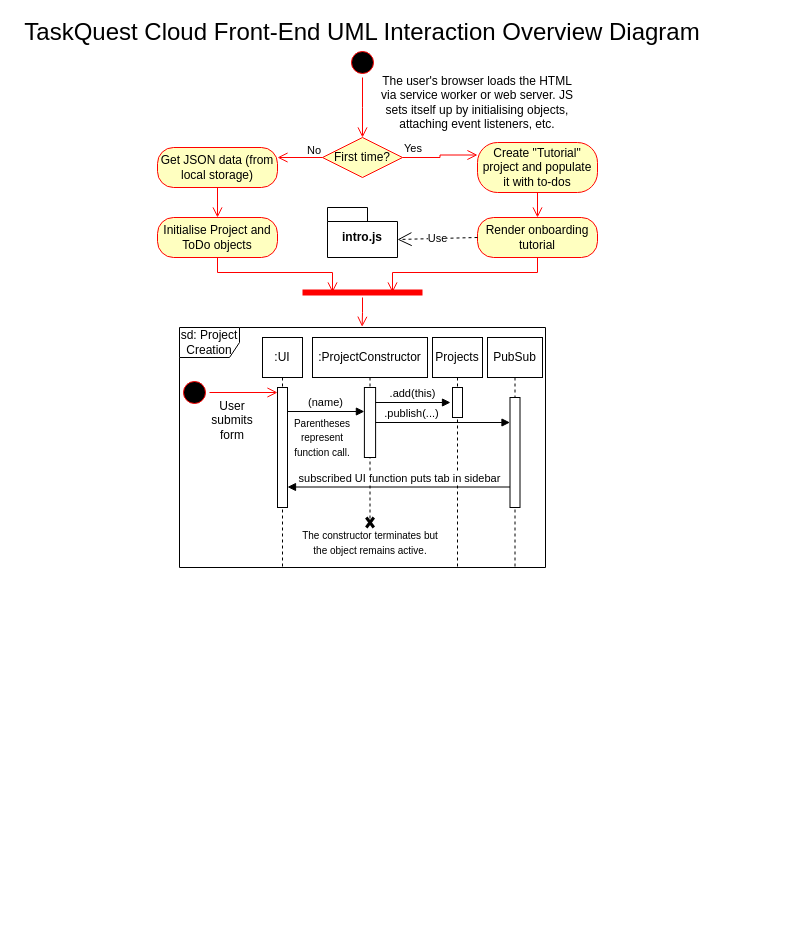
Above: TaskQuest-Cloud-UML-Interaction-Overview-Diagram.drawio in Ariel-Mutebi/Denarius (draw.io), before the change. Source tidied: cells renumbered, new cells numbered last; positions are measured from the earlier drawing's top-left corner, leaving out a move shared by most shapes. Both pictures are drawn from the tidied source at 100%, with x=0, y=0 at pixel (17, 17).
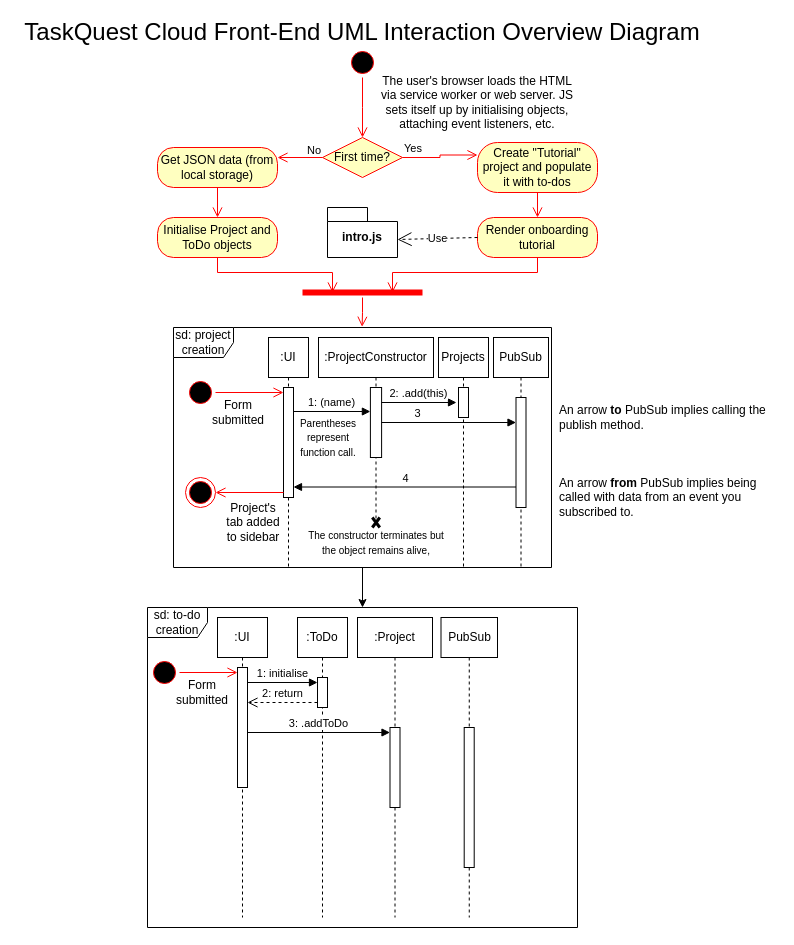
The same diagram, later.

The change refers to these unchanged cells:
```xml
<mxCell id="26" style="html=1;points=[[0,0,0,0,5],[0,1,0,0,-5],[1,0,0,0,5],[1,1,0,0,-5]];perimeter=orthogonalPerimeter;outlineConnect=0;targetShapes=umlLifeline;portConstraint=eastwest;newEdgeStyle={&quot;curved&quot;:0,&quot;rounded&quot;:0};" parent="25" vertex="1">
  <mxGeometry x="51.9" y="50" width="11.2" height="70" as="geometry" />
</mxCell>
<mxCell id="32" style="html=1;points=[[0,0,0,0,5],[0,1,0,0,-5],[1,0,0,0,5],[1,1,0,0,-5]];perimeter=orthogonalPerimeter;outlineConnect=0;targetShapes=umlLifeline;portConstraint=eastwest;newEdgeStyle={&quot;curved&quot;:0,&quot;rounded&quot;:0};" parent="31" vertex="1">
  <mxGeometry x="20" y="50" width="10" height="30" as="geometry" />
</mxCell>
<mxCell id="35" style="html=1;points=[[0,0,0,0,5],[0,1,0,0,-5],[1,0,0,0,5],[1,1,0,0,-5]];perimeter=orthogonalPerimeter;outlineConnect=0;targetShapes=umlLifeline;portConstraint=eastwest;newEdgeStyle={&quot;curved&quot;:0,&quot;rounded&quot;:0};" parent="34" vertex="1">
  <mxGeometry x="22.5" y="60" width="10" height="110" as="geometry" />
</mxCell>
```

The edit, as a diff of the source:
```diff
@@
+    <mxCell id="40" style="edgeStyle=orthogonalEdgeStyle;rounded=0;jettySize=auto;html=1;" parent="1" edge="1" source="21" target="41">
+      <mxGeometry relative="1" as="geometry" />
+    </mxCell>
-    <mxCell id="21" value="sd: Project Creation" style="shape=umlFrame;whiteSpace=wrap;html=1;" parent="1" vertex="1">
-      <mxGeometry x="162" y="310" width="366" height="240" as="geometry" />
+    <mxCell id="21" value="sd: project creation" style="shape=umlFrame;whiteSpace=wrap;html=1;" parent="1" vertex="1">
+      <mxGeometry x="156" y="310" width="378" height="240" as="geometry" />
     </mxCell>
     <mxCell id="22" value=":UI" style="shape=umlLifeline;perimeter=lifelinePerimeter;whiteSpace=wrap;html=1;newEdgeStyle={&quot;curved&quot;:0,&quot;rounded&quot;:0};" parent="1" vertex="1">
-      <mxGeometry x="245" y="320" width="40" height="230" as="geometry" />
+      <mxGeometry x="251" y="320" width="40" height="230" as="geometry" />
     </mxCell>
     <mxCell id="23" style="html=1;points=[[0,0,0,0,5],[0,1,0,0,-5],[1,0,0,0,5],[1,1,0,0,-5]];perimeter=orthogonalPerimeter;outlineConnect=0;targetShapes=umlLifeline;portConstraint=eastwest;newEdgeStyle={&quot;curved&quot;:0,&quot;rounded&quot;:0};" parent="22" vertex="1">
-      <mxGeometry x="15" y="50" width="10" height="120" as="geometry" />
+      <mxGeometry x="15" y="50" width="10" height="110" as="geometry" />
     </mxCell>
-    <mxCell id="24" value="(name)" style="html=1;verticalAlign=bottom;endArrow=block;curved=0;rounded=0;" parent="1" edge="1">
+    <mxCell id="24" value="1: (name)" style="html=1;verticalAlign=bottom;endArrow=block;curved=0;rounded=0;" parent="1" edge="1">
       <mxGeometry relative="1" as="geometry">
-        <mxPoint x="270" y="394" as="sourcePoint" />
-        <mxPoint x="346.9" y="394" as="targetPoint" />
+        <mxPoint x="276" y="394" as="sourcePoint" />
+        <mxPoint x="352.9" y="394" as="targetPoint" />
       </mxGeometry>
     </mxCell>
     <mxCell id="25" value=":ProjectConstructor" style="shape=umlLifeline;perimeter=lifelinePerimeter;whiteSpace=wrap;html=1;newEdgeStyle={&quot;curved&quot;:0,&quot;rounded&quot;:0};" parent="1" vertex="1">
-      <mxGeometry x="295" y="320" width="115" height="190" as="geometry" />
+      <mxGeometry x="301" y="320" width="115" height="190" as="geometry" />
     </mxCell>
@@
     <mxCell id="28" style="ellipse;html=1;shape=startState;fillColor=#000000;strokeColor=#ff0000;" parent="1" vertex="1">
-      <mxGeometry x="162" y="360" width="30" height="30" as="geometry" />
+      <mxGeometry x="168" y="360" width="30" height="30" as="geometry" />
     </mxCell>
@@
-    <mxCell id="30" value="User submits form" style="text;html=1;align=center;verticalAlign=middle;whiteSpace=wrap;rounded=0;" parent="1" vertex="1">
-      <mxGeometry x="185" y="380" width="60" height="45" as="geometry" />
+    <mxCell id="30" value="Form submitted" style="text;html=1;align=center;verticalAlign=middle;whiteSpace=wrap;rounded=0;" parent="1" vertex="1">
+      <mxGeometry x="191" y="380" width="60" height="30" as="geometry" />
     </mxCell>
     <mxCell id="31" value="Projects" style="shape=umlLifeline;perimeter=lifelinePerimeter;whiteSpace=wrap;html=1;newEdgeStyle={&quot;curved&quot;:0,&quot;rounded&quot;:0};" parent="1" vertex="1">
-      <mxGeometry x="415" y="320" width="50" height="230" as="geometry" />
+      <mxGeometry x="421" y="320" width="50" height="230" as="geometry" />
     </mxCell>
@@
-    <mxCell id="33" value=".add(this)" style="html=1;verticalAlign=bottom;endArrow=block;curved=0;rounded=0;entryX=-0.2;entryY=0.5;entryDx=0;entryDy=0;entryPerimeter=0;" parent="1" edge="1" source="26" target="32">
+    <mxCell id="33" value="2: .add(this)" style="html=1;verticalAlign=bottom;endArrow=block;curved=0;rounded=0;entryX=-0.2;entryY=0.5;entryDx=0;entryDy=0;entryPerimeter=0;" parent="1" edge="1" source="26" target="32">
       <mxGeometry relative="1" as="geometry" />
     </mxCell>
     <mxCell id="34" value="PubSub" style="shape=umlLifeline;perimeter=lifelinePerimeter;whiteSpace=wrap;html=1;newEdgeStyle={&quot;curved&quot;:0,&quot;rounded&quot;:0};" parent="1" vertex="1">
-      <mxGeometry x="470" y="320" width="55" height="230" as="geometry" />
+      <mxGeometry x="476" y="320" width="55" height="230" as="geometry" />
     </mxCell>
@@
-    <mxCell id="36" value=".publish(...)" style="html=1;verticalAlign=bottom;endArrow=block;curved=0;rounded=0;" parent="1" edge="1" source="26" target="35">
+    <mxCell id="36" value="3" style="html=1;verticalAlign=bottom;endArrow=block;curved=0;rounded=0;" parent="1" edge="1" source="26" target="35">
       <mxGeometry x="-0.46" relative="1" as="geometry" />
     </mxCell>
     <mxCell id="37" value="&lt;font style=&quot;font-size: 10px;&quot;&gt;Parentheses represent function call.&lt;/font&gt;" style="text;html=1;align=center;verticalAlign=middle;whiteSpace=wrap;rounded=0;" parent="1" vertex="1">
-      <mxGeometry x="275" y="400" width="60" height="40" as="geometry" />
+      <mxGeometry x="281" y="400" width="60" height="40" as="geometry" />
     </mxCell>
-    <mxCell id="38" value="subscribed UI function puts tab in sidebar" style="html=1;verticalAlign=bottom;endArrow=block;curved=0;rounded=0;" parent="1" edge="1" source="35">
+    <mxCell id="38" value="4" style="html=1;verticalAlign=bottom;endArrow=block;curved=0;rounded=0;" parent="1" edge="1" source="35">
       <mxGeometry relative="1" as="geometry">
-        <mxPoint x="270" y="469.5" as="targetPoint" />
+        <mxPoint x="276" y="469.5" as="targetPoint" />
       </mxGeometry>
     </mxCell>
-    <mxCell id="39" value="&lt;font style=&quot;font-size: 10px;&quot;&gt;The constructor terminates but the object remains active.&lt;/font&gt;" style="text;html=1;align=center;verticalAlign=middle;whiteSpace=wrap;rounded=0;" parent="1" vertex="1">
-      <mxGeometry x="282.5" y="510" width="140" height="30" as="geometry" />
+    <mxCell id="39" value="&lt;font style=&quot;font-size: 10px;&quot;&gt;The constructor terminates but the object remains alive,&lt;/font&gt;" style="text;html=1;align=center;verticalAlign=middle;whiteSpace=wrap;rounded=0;" parent="1" vertex="1">
+      <mxGeometry x="288.5" y="510" width="140" height="30" as="geometry" />
     </mxCell>
+    <mxCell id="41" value="sd: to-do creation" style="shape=umlFrame;whiteSpace=wrap;html=1;" parent="1" vertex="1">
+      <mxGeometry x="130" y="590" width="430" height="320" as="geometry" />
+    </mxCell>
+    <mxCell id="42" style="ellipse;html=1;shape=startState;fillColor=#000000;strokeColor=#ff0000;" parent="1" vertex="1">
+      <mxGeometry x="132" y="640" width="30" height="30" as="geometry" />
+    </mxCell>
+    <mxCell id="43" style="edgeStyle=orthogonalEdgeStyle;html=1;verticalAlign=bottom;endArrow=open;endSize=8;strokeColor=#ff0000;rounded=0;entryX=0;entryY=0;entryDx=0;entryDy=5;entryPerimeter=0;" parent="1" edge="1" source="42" target="45">
+      <mxGeometry relative="1" as="geometry" />
+    </mxCell>
+    <mxCell id="44" value=":UI" style="shape=umlLifeline;perimeter=lifelinePerimeter;whiteSpace=wrap;html=1;newEdgeStyle={&quot;curved&quot;:0,&quot;rounded&quot;:0};" parent="1" vertex="1">
+      <mxGeometry x="200" y="600" width="50" height="300" as="geometry" />
+    </mxCell>
+    <mxCell id="45" style="html=1;points=[[0,0,0,0,5],[0,1,0,0,-5],[1,0,0,0,5],[1,1,0,0,-5]];perimeter=orthogonalPerimeter;outlineConnect=0;targetShapes=umlLifeline;portConstraint=eastwest;newEdgeStyle={&quot;curved&quot;:0,&quot;rounded&quot;:0};" parent="44" vertex="1">
+      <mxGeometry x="20" y="50" width="10" height="120" as="geometry" />
+    </mxCell>
+    <mxCell id="46" value="Form submitted" style="text;html=1;align=center;verticalAlign=middle;whiteSpace=wrap;rounded=0;" parent="1" vertex="1">
+      <mxGeometry x="155" y="660" width="60" height="30" as="geometry" />
+    </mxCell>
+    <mxCell id="47" value=":ToDo" style="shape=umlLifeline;perimeter=lifelinePerimeter;whiteSpace=wrap;html=1;newEdgeStyle={&quot;curved&quot;:0,&quot;rounded&quot;:0};" parent="1" vertex="1">
+      <mxGeometry x="280" y="600" width="50" height="300" as="geometry" />
+    </mxCell>
+    <mxCell id="48" style="html=1;points=[[0,0,0,0,5],[0,1,0,0,-5],[1,0,0,0,5],[1,1,0,0,-5]];perimeter=orthogonalPerimeter;outlineConnect=0;targetShapes=umlLifeline;portConstraint=eastwest;newEdgeStyle={&quot;curved&quot;:0,&quot;rounded&quot;:0};" parent="47" vertex="1">
+      <mxGeometry x="20" y="60" width="10" height="30" as="geometry" />
+    </mxCell>
+    <mxCell id="49" value="1: initialise" style="html=1;verticalAlign=bottom;endArrow=block;curved=0;rounded=0;entryX=0;entryY=0;entryDx=0;entryDy=5;" parent="1" edge="1" source="45" target="48">
+      <mxGeometry relative="1" as="geometry" />
+    </mxCell>
+    <mxCell id="50" value="2: return" style="html=1;verticalAlign=bottom;endArrow=open;dashed=1;endSize=8;curved=0;rounded=0;exitX=0;exitY=1;exitDx=0;exitDy=-5;exitPerimeter=0;" parent="1" edge="1" source="48" target="45">
+      <mxGeometry relative="1" as="geometry" />
+    </mxCell>
+    <mxCell id="51" value=":Project" style="shape=umlLifeline;perimeter=lifelinePerimeter;whiteSpace=wrap;html=1;newEdgeStyle={&quot;curved&quot;:0,&quot;rounded&quot;:0};" parent="1" vertex="1">
+      <mxGeometry x="340" y="600" width="75" height="300" as="geometry" />
+    </mxCell>
+    <mxCell id="52" style="html=1;points=[[0,0,0,0,5],[0,1,0,0,-5],[1,0,0,0,5],[1,1,0,0,-5]];perimeter=orthogonalPerimeter;outlineConnect=0;targetShapes=umlLifeline;portConstraint=eastwest;newEdgeStyle={&quot;curved&quot;:0,&quot;rounded&quot;:0};" parent="51" vertex="1">
+      <mxGeometry x="32.5" y="110" width="10" height="80" as="geometry" />
+    </mxCell>
+    <mxCell id="53" value="3: .addToDo" style="html=1;verticalAlign=bottom;endArrow=block;curved=0;rounded=0;entryX=0;entryY=0;entryDx=0;entryDy=5;entryPerimeter=0;" parent="1" edge="1" source="45" target="52">
+      <mxGeometry relative="1" as="geometry" />
+    </mxCell>
+    <mxCell id="54" style="ellipse;html=1;shape=endState;fillColor=#000000;strokeColor=#ff0000;" parent="1" vertex="1">
+      <mxGeometry x="168" y="460" width="30" height="30" as="geometry" />
+    </mxCell>
+    <mxCell id="55" style="edgeStyle=orthogonalEdgeStyle;html=1;verticalAlign=bottom;endArrow=open;endSize=8;strokeColor=#ff0000;rounded=0;exitX=0;exitY=1;exitDx=0;exitDy=-5;exitPerimeter=0;entryX=1;entryY=0.5;entryDx=0;entryDy=0;" parent="1" edge="1" source="23" target="54">
+      <mxGeometry relative="1" as="geometry" />
+    </mxCell>
+    <mxCell id="56" value="Project's tab added to sidebar" style="text;html=1;align=center;verticalAlign=middle;whiteSpace=wrap;rounded=0;" parent="1" vertex="1">
+      <mxGeometry x="206" y="490" width="60" height="30" as="geometry" />
+    </mxCell>
+    <mxCell id="57" value="PubSub" style="shape=umlLifeline;perimeter=lifelinePerimeter;whiteSpace=wrap;html=1;newEdgeStyle={&quot;curved&quot;:0,&quot;rounded&quot;:0};" parent="1" vertex="1">
+      <mxGeometry x="423.5" y="600" width="56.5" height="300" as="geometry" />
+    </mxCell>
+    <mxCell id="58" style="html=1;perimeter=orthogonalPerimeter;targetShapes=umlLifeline;newEdgeStyle={&quot;curved&quot;:0,&quot;rounded&quot;:0};" parent="57" vertex="1">
+      <mxGeometry x="23.2" y="110" width="10" height="140" as="geometry" />
+    </mxCell>
+    <mxCell id="59" value="An arrow &lt;b&gt;to&lt;/b&gt;&amp;nbsp;PubSub implies calling the publish method." style="text;html=1;align=left;verticalAlign=middle;whiteSpace=wrap;rounded=0;" parent="1" vertex="1">
+      <mxGeometry x="540" y="380" width="220" height="40" as="geometry" />
+    </mxCell>
+    <mxCell id="60" value="An arrow &lt;b&gt;from&lt;/b&gt;&amp;nbsp;PubSub implies being called with data from an event you subscribed to." style="text;html=1;align=left;verticalAlign=middle;whiteSpace=wrap;rounded=0;" parent="1" vertex="1">
+      <mxGeometry x="540" y="460" width="220" height="40" as="geometry" />
+    </mxCell>
```
